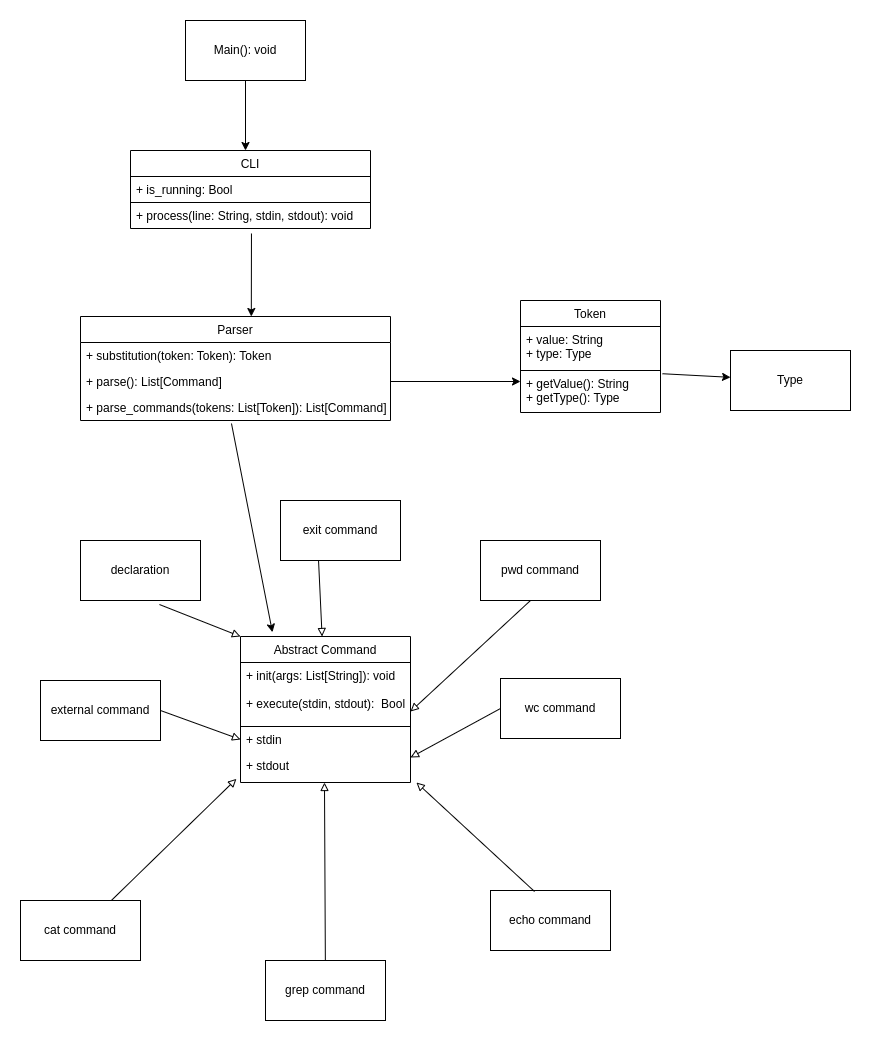
This is UML.png from usoltsev37/SD-2022, a draw.io export, as it was before one commit. Source tidied: cells renumbered, new cells last; positions are measured from the earlier drawing's top-left corner, leaving out a move shared by most shapes.
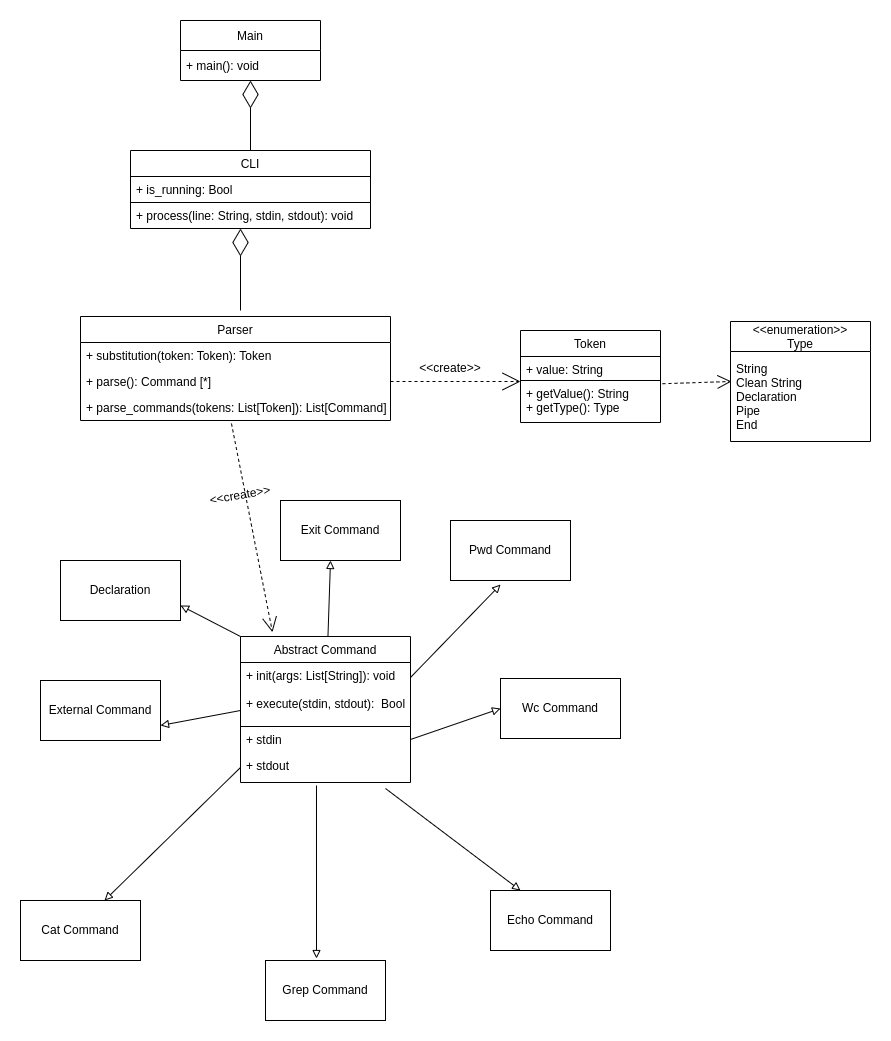
The same diagram one commit later.

Diff of the diagram source:
```diff
@@ -14,54 +14,52 @@
     <mxCell id="5" value="+ stdout" style="text;strokeColor=none;fillColor=none;align=left;verticalAlign=top;spacingLeft=4;spacingRight=4;overflow=hidden;points=[[0,0.5],[1,0.5]];portConstraint=eastwest;" parent="2" vertex="1">
       <mxGeometry y="116" width="170" height="30" as="geometry" />
     </mxCell>
-    <mxCell id="6" value="external command" style="rounded=0;whiteSpace=wrap;html=1;" parent="1" vertex="1">
+    <mxCell id="6" value="External Command" style="rounded=0;whiteSpace=wrap;html=1;" parent="1" vertex="1">
       <mxGeometry x="20" y="660" width="120" height="60" as="geometry" />
     </mxCell>
-    <mxCell id="7" value="cat command" style="rounded=0;whiteSpace=wrap;html=1;" parent="1" vertex="1">
+    <mxCell id="7" value="Cat Command" style="rounded=0;whiteSpace=wrap;html=1;" parent="1" vertex="1">
       <mxGeometry y="880" width="120" height="60" as="geometry" />
     </mxCell>
-    <mxCell id="8" value="echo command" style="rounded=0;whiteSpace=wrap;html=1;" parent="1" vertex="1">
+    <mxCell id="8" value="Echo Command" style="rounded=0;whiteSpace=wrap;html=1;" parent="1" vertex="1">
       <mxGeometry x="470" y="870" width="120" height="60" as="geometry" />
     </mxCell>
-    <mxCell id="9" value="pwd command" style="rounded=0;whiteSpace=wrap;html=1;" parent="1" vertex="1">
-      <mxGeometry x="460" y="520" width="120" height="60" as="geometry" />
+    <mxCell id="9" value="Pwd Command" style="rounded=0;whiteSpace=wrap;html=1;" parent="1" vertex="1">
+      <mxGeometry x="430" y="500" width="120" height="60" as="geometry" />
     </mxCell>
-    <mxCell id="10" value="exit command" style="rounded=0;whiteSpace=wrap;html=1;" parent="1" vertex="1">
+    <mxCell id="10" value="Exit Command" style="rounded=0;whiteSpace=wrap;html=1;" parent="1" vertex="1">
       <mxGeometry x="260" y="480" width="120" height="60" as="geometry" />
     </mxCell>
-    <mxCell id="11" value="wc command" style="rounded=0;whiteSpace=wrap;html=1;" parent="1" vertex="1">
+    <mxCell id="11" value="Wc Command" style="rounded=0;whiteSpace=wrap;html=1;" parent="1" vertex="1">
       <mxGeometry x="480" y="658" width="120" height="60" as="geometry" />
     </mxCell>
-    <mxCell id="12" value="declaration" style="rounded=0;whiteSpace=wrap;html=1;" parent="1" vertex="1">
-      <mxGeometry x="60" y="520" width="120" height="60" as="geometry" />
+    <mxCell id="12" value="Declaration" style="rounded=0;whiteSpace=wrap;html=1;" parent="1" vertex="1">
+      <mxGeometry x="40" y="540" width="120" height="60" as="geometry" />
     </mxCell>
-    <mxCell id="13" style="endArrow=block;html=1;rounded=0;endFill=0;entryX=-0.024;entryY=0.878;entryDx=0;entryDy=0;entryPerimeter=0;" parent="1" edge="1" source="7" target="5">
+    <mxCell id="13" style="endArrow=block;html=1;rounded=0;endFill=0;entryX=0.7;entryY=0;entryDx=0;entryDy=0;entryPerimeter=0;exitX=0;exitY=0.5;exitDx=0;exitDy=0;" parent="1" edge="1" source="5" target="7">
       <mxGeometry relative="1" as="geometry" />
     </mxCell>
-    <mxCell id="14" style="endArrow=block;html=1;rounded=0;exitX=0.367;exitY=0.017;exitDx=0;exitDy=0;exitPerimeter=0;entryX=1.035;entryY=1;entryDx=0;entryDy=0;entryPerimeter=0;endFill=0;" parent="1" edge="1" source="8" target="5">
+    <mxCell id="14" style="endArrow=block;html=1;rounded=0;exitX=0.853;exitY=1.2;exitDx=0;exitDy=0;exitPerimeter=0;endFill=0;entryX=0.25;entryY=0;entryDx=0;entryDy=0;" parent="1" edge="1" source="5" target="8">
       <mxGeometry relative="1" as="geometry" />
     </mxCell>
-    <mxCell id="15" style="endArrow=block;html=1;rounded=0;entryX=0;entryY=0.5;entryDx=0;entryDy=0;endFill=0;" parent="1" edge="1" target="4">
+    <mxCell id="15" style="endArrow=block;html=1;rounded=0;endFill=0;exitX=0;exitY=0.797;exitDx=0;exitDy=0;exitPerimeter=0;entryX=1;entryY=0.75;entryDx=0;entryDy=0;" parent="1" edge="1" source="3" target="6">
       <mxGeometry relative="1" as="geometry">
-        <mxPoint x="140" y="690" as="sourcePoint" />
         <Array as="points">
-          <mxPoint x="140" y="690" />
+          <mxPoint x="220" y="690" />
         </Array>
       </mxGeometry>
     </mxCell>
-    <mxCell id="16" style="endArrow=block;html=1;rounded=0;exitX=0.658;exitY=1.067;exitDx=0;exitDy=0;exitPerimeter=0;entryX=0;entryY=0;entryDx=0;entryDy=0;endFill=0;" parent="1" edge="1" source="12" target="2">
+    <mxCell id="16" style="endArrow=block;html=1;rounded=0;exitX=0;exitY=0;exitDx=0;exitDy=0;entryX=1;entryY=0.75;entryDx=0;entryDy=0;endFill=0;" parent="1" edge="1" source="2" target="12">
       <mxGeometry relative="1" as="geometry" />
     </mxCell>
-    <mxCell id="17" style="endArrow=block;html=1;rounded=0;exitX=0.317;exitY=1;exitDx=0;exitDy=0;exitPerimeter=0;endFill=0;" parent="1" edge="1" source="10" target="2">
-      <mxGeometry relative="1" as="geometry" />
+    <mxCell id="17" style="endArrow=block;html=1;rounded=0;endFill=0;" parent="1" edge="1" source="2">
+      <mxGeometry relative="1" as="geometry">
+        <mxPoint x="310" y="540" as="targetPoint" />
+      </mxGeometry>
     </mxCell>
-    <mxCell id="18" style="endArrow=block;html=1;rounded=0;entryX=1;entryY=0.5;entryDx=0;entryDy=0;endFill=0;" parent="1" edge="1">
-      <mxGeometry relative="1" as="geometry">
-        <mxPoint x="510" y="580" as="sourcePoint" />
-        <mxPoint x="390" y="691" as="targetPoint" />
-      </mxGeometry>
+    <mxCell id="18" style="endArrow=block;html=1;rounded=0;entryX=0.417;entryY=1.067;entryDx=0;entryDy=0;endFill=0;exitX=1;exitY=0.234;exitDx=0;exitDy=0;exitPerimeter=0;entryPerimeter=0;" parent="1" edge="1" source="3" target="9">
+      <mxGeometry relative="1" as="geometry" />
     </mxCell>
-    <mxCell id="19" style="endArrow=block;html=1;rounded=0;exitX=0;exitY=0.5;exitDx=0;exitDy=0;entryX=1;entryY=1.192;entryDx=0;entryDy=0;entryPerimeter=0;endFill=0;" parent="1" edge="1" source="11" target="4">
+    <mxCell id="19" style="endArrow=block;html=1;rounded=0;exitX=1;exitY=0.5;exitDx=0;exitDy=0;endFill=0;entryX=0;entryY=0.5;entryDx=0;entryDy=0;" parent="1" edge="1" source="4" target="11">
       <mxGeometry relative="1" as="geometry" />
     </mxCell>
     <mxCell id="20" value="CLI" style="swimlane;fontStyle=0;horizontal=1;startSize=26;fillColor=none;" parent="1" vertex="1">
@@ -79,51 +77,64 @@
     <mxCell id="24" value="+ substitution(token: Token): Token" style="text;strokeColor=none;fillColor=none;align=left;verticalAlign=top;spacingLeft=4;spacingRight=4;overflow=hidden;" parent="23" vertex="1">
       <mxGeometry y="26" width="310" height="26" as="geometry" />
     </mxCell>
-    <mxCell id="25" value="+ parse(): List[Command]" style="text;strokeColor=none;fillColor=none;align=left;verticalAlign=top;spacingLeft=4;spacingRight=4;overflow=hidden;points=[[0,0.5],[1,0.5]];portConstraint=eastwest;" parent="23" vertex="1">
+    <mxCell id="25" value="+ parse(): Command [*]" style="text;strokeColor=none;fillColor=none;align=left;verticalAlign=top;spacingLeft=4;spacingRight=4;overflow=hidden;points=[[0,0.5],[1,0.5]];portConstraint=eastwest;" parent="23" vertex="1">
       <mxGeometry y="52" width="310" height="26" as="geometry" />
     </mxCell>
     <mxCell id="26" value="+ parse_commands(tokens: List[Token]): List[Command]&#10;" style="text;strokeColor=none;fillColor=none;align=left;verticalAlign=top;spacingLeft=4;spacingRight=4;overflow=hidden;points=[[0,0.5],[1,0.5]];portConstraint=eastwest;" parent="23" vertex="1">
       <mxGeometry y="78" width="310" height="26" as="geometry" />
     </mxCell>
-    <mxCell id="27" value="grep command" style="rounded=0;whiteSpace=wrap;html=1;" parent="1" vertex="1">
+    <mxCell id="27" value="Grep Command" style="rounded=0;whiteSpace=wrap;html=1;" parent="1" vertex="1">
       <mxGeometry x="245" y="940" width="120" height="60" as="geometry" />
     </mxCell>
     <mxCell id="28" value="Token" style="swimlane;fontStyle=0;horizontal=1;startSize=26;fillColor=none;strokeColor=default;" parent="1" vertex="1">
-      <mxGeometry x="500" y="280" width="140" height="112" as="geometry" />
+      <mxGeometry x="500" y="310" width="140" height="92" as="geometry" />
     </mxCell>
-    <mxCell id="29" value="+ value: String&#10;+ type: Type&#10;" style="text;strokeColor=default;fillColor=none;align=left;verticalAlign=top;spacingLeft=4;spacingRight=4;overflow=hidden;" parent="28" vertex="1">
-      <mxGeometry y="26" width="140" height="44" as="geometry" />
+    <mxCell id="29" value="+ value: String&#10;" style="text;strokeColor=default;fillColor=none;align=left;verticalAlign=top;spacingLeft=4;spacingRight=4;overflow=hidden;" parent="28" vertex="1">
+      <mxGeometry y="26" width="140" height="24" as="geometry" />
     </mxCell>
     <mxCell id="30" value="+ getValue(): String&#10;+ getType(): Type" style="text;strokeColor=none;fillColor=none;align=left;verticalAlign=top;spacingLeft=4;spacingRight=4;overflow=hidden;points=[[0,0.5],[1,0.5]];portConstraint=eastwest;" parent="28" vertex="1">
-      <mxGeometry y="70" width="140" height="42" as="geometry" />
+      <mxGeometry y="50" width="140" height="42" as="geometry" />
     </mxCell>
-    <mxCell id="31" value="Type" style="rounded=0;whiteSpace=wrap;html=1;strokeColor=default;" parent="1" vertex="1">
-      <mxGeometry x="710" y="330" width="120" height="60" as="geometry" />
-    </mxCell>
-    <mxCell id="32" style="endArrow=classic;html=1;rounded=0;exitX=1.014;exitY=0.077;exitDx=0;exitDy=0;exitPerimeter=0;" parent="1" edge="1" source="30" target="31">
+    <mxCell id="32" style="endArrow=open;html=1;rounded=0;exitX=1.014;exitY=0.077;exitDx=0;exitDy=0;exitPerimeter=0;entryX=0.007;entryY=0.333;entryDx=0;entryDy=0;entryPerimeter=0;dashed=1;endFill=0;endSize=12;" parent="1" edge="1" source="30" target="40">
       <mxGeometry relative="1" as="geometry" />
     </mxCell>
-    <mxCell id="33" value="Main(): void" style="rounded=0;whiteSpace=wrap;html=1;strokeColor=default;" parent="1" vertex="1">
-      <mxGeometry x="165" width="120" height="60" as="geometry" />
-    </mxCell>
-    <mxCell id="34" style="endArrow=classic;html=1;rounded=0;exitX=0.5;exitY=1;exitDx=0;exitDy=0;" parent="1" edge="1" source="33">
-      <mxGeometry relative="1" as="geometry">
-        <mxPoint x="225" y="130" as="targetPoint" />
-      </mxGeometry>
-    </mxCell>
-    <mxCell id="35" style="endArrow=classic;html=1;rounded=0;exitX=0.504;exitY=1.192;exitDx=0;exitDy=0;exitPerimeter=0;entryX=0.551;entryY=0;entryDx=0;entryDy=0;entryPerimeter=0;" parent="1" edge="1" source="22" target="23">
-      <mxGeometry relative="1" as="geometry" />
-    </mxCell>
-    <mxCell id="36" style="endArrow=classic;html=1;rounded=0;exitX=1;exitY=0.5;exitDx=0;exitDy=0;" parent="1" edge="1" source="25">
+    <mxCell id="36" style="endArrow=open;html=1;rounded=0;exitX=1;exitY=0.5;exitDx=0;exitDy=0;dashed=1;endSize=16;endFill=0;" parent="1" edge="1" source="25">
       <mxGeometry relative="1" as="geometry">
         <mxPoint x="500" y="361" as="targetPoint" />
       </mxGeometry>
     </mxCell>
-    <mxCell id="37" style="endArrow=classic;html=1;rounded=0;exitX=0.487;exitY=1.115;exitDx=0;exitDy=0;exitPerimeter=0;entryX=0.188;entryY=-0.029;entryDx=0;entryDy=0;entryPerimeter=0;" parent="1" edge="1" source="26" target="2">
+    <mxCell id="37" style="endArrow=open;html=1;rounded=0;exitX=0.487;exitY=1.115;exitDx=0;exitDy=0;exitPerimeter=0;entryX=0.188;entryY=-0.029;entryDx=0;entryDy=0;entryPerimeter=0;dashed=1;endFill=0;endSize=13;fontStyle=0;" parent="1" edge="1" source="26" target="2">
       <mxGeometry relative="1" as="geometry" />
     </mxCell>
-    <mxCell id="38" style="endArrow=block;html=1;rounded=0;endFill=0;entryX=0.494;entryY=1;entryDx=0;entryDy=0;entryPerimeter=0;" parent="1" edge="1" source="27" target="5">
+    <mxCell id="38" style="endArrow=block;html=1;rounded=0;endFill=0;exitX=0.447;exitY=1.1;exitDx=0;exitDy=0;exitPerimeter=0;entryX=0.425;entryY=-0.033;entryDx=0;entryDy=0;entryPerimeter=0;" parent="1" edge="1" source="5" target="27">
       <mxGeometry relative="1" as="geometry" />
     </mxCell>
+    <mxCell id="39" value="&lt;&lt;enumeration&gt;&gt;&#10;Type" style="swimlane;fontStyle=0;horizontal=1;startSize=30;" parent="1" vertex="1">
+      <mxGeometry x="710" y="301" width="140" height="120" as="geometry" />
+    </mxCell>
+    <mxCell id="40" value="String&#10;Clean String&#10;Declaration&#10;Pipe&#10;End" style="text;strokeColor=none;fillColor=none;align=left;verticalAlign=middle;spacingLeft=4;spacingRight=4;overflow=hidden;points=[[0,0.5],[1,0.5]];portConstraint=eastwest;fontColor=default;" parent="39" vertex="1">
+      <mxGeometry y="30" width="140" height="90" as="geometry" />
+    </mxCell>
+    <mxCell id="41" value="Main" style="swimlane;fontStyle=0;horizontal=1;startSize=30;fontColor=none;" parent="1" vertex="1">
+      <mxGeometry x="160" width="140" height="60" as="geometry" />
+    </mxCell>
+    <mxCell id="42" value="+ main(): void" style="text;strokeColor=none;fillColor=none;align=left;verticalAlign=middle;spacingLeft=4;spacingRight=4;overflow=hidden;points=[[0,0.5],[1,0.5]];portConstraint=eastwest;fontColor=none;" parent="41" vertex="1">
+      <mxGeometry y="30" width="140" height="30" as="geometry" />
+    </mxCell>
+    <mxCell id="43" style="endArrow=diamondThin;html=1;rounded=0;endFill=0;startSize=15;endSize=25;" parent="1" edge="1" source="20" target="42">
+      <mxGeometry relative="1" as="geometry" />
+    </mxCell>
+    <mxCell id="44" style="endArrow=diamondThin;html=1;rounded=0;endFill=0;startSize=15;endSize=25;" parent="1" edge="1">
+      <mxGeometry relative="1" as="geometry">
+        <mxPoint x="220" y="290" as="sourcePoint" />
+        <mxPoint x="220" y="208" as="targetPoint" />
+      </mxGeometry>
+    </mxCell>
+    <mxCell id="45" value="&amp;lt;&amp;lt;create&amp;gt;&amp;gt;" style="text;html=1;strokeColor=none;fillColor=none;align=center;verticalAlign=middle;whiteSpace=wrap;rounded=0;rotation=-10;" parent="1" vertex="1">
+      <mxGeometry x="190" y="460" width="60" height="30" as="geometry" />
+    </mxCell>
+    <mxCell id="46" value="&amp;lt;&amp;lt;create&amp;gt;&amp;gt;" style="text;html=1;strokeColor=none;fillColor=none;align=center;verticalAlign=middle;whiteSpace=wrap;rounded=0;" parent="1" vertex="1">
+      <mxGeometry x="400" y="333" width="60" height="30" as="geometry" />
+    </mxCell>
   </root>
 </mxGraphModel>
```
